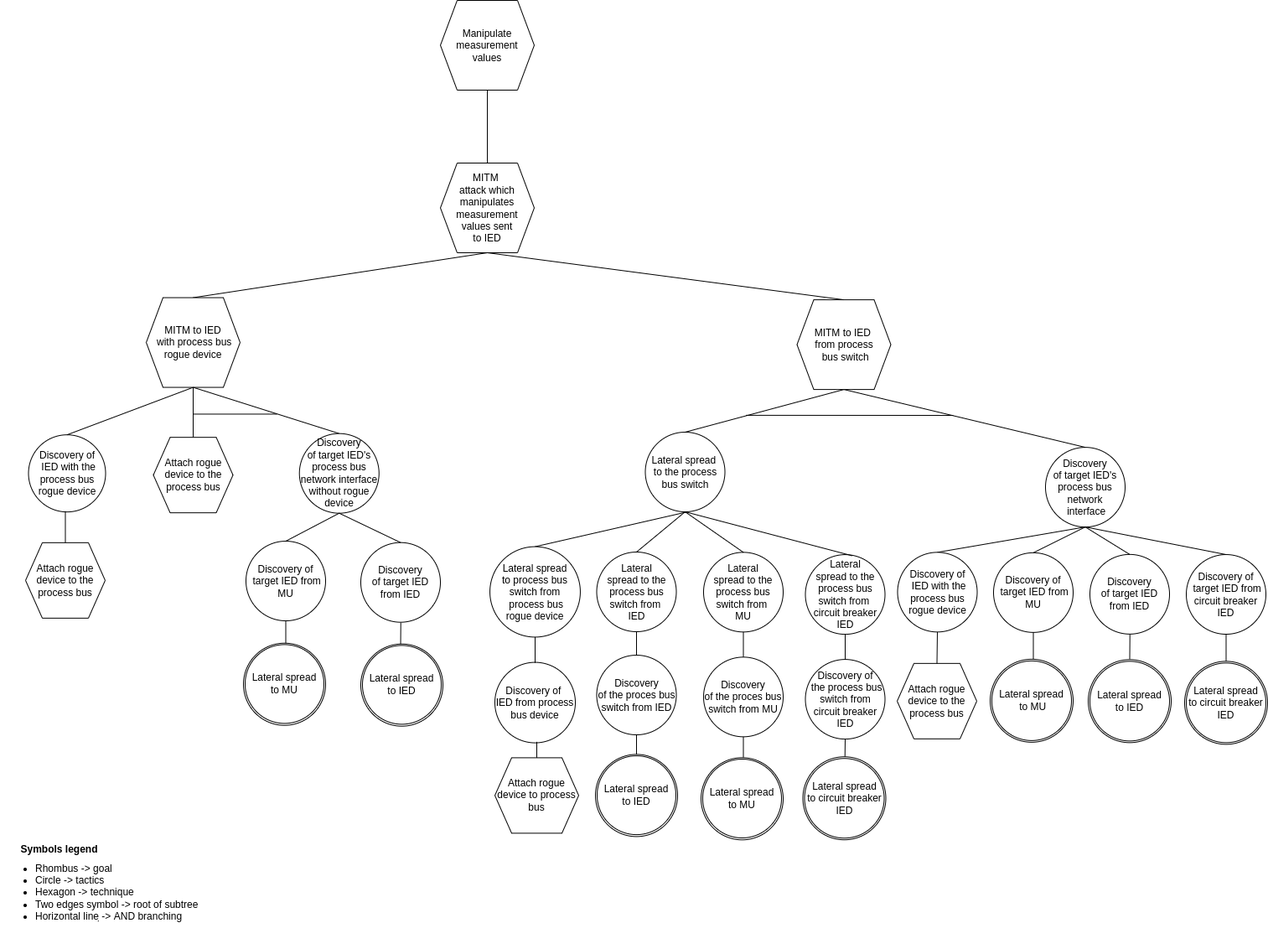
mihaelM/Attack_trees keeps this draw.io diagram as drawIO_trees/solution_3_3.drawio.png. Above is the earlier version. Source tidied: cells renumbered, new cells last; positions are measured from the earlier drawing's top-left corner, leaving out a move shared by most shapes.
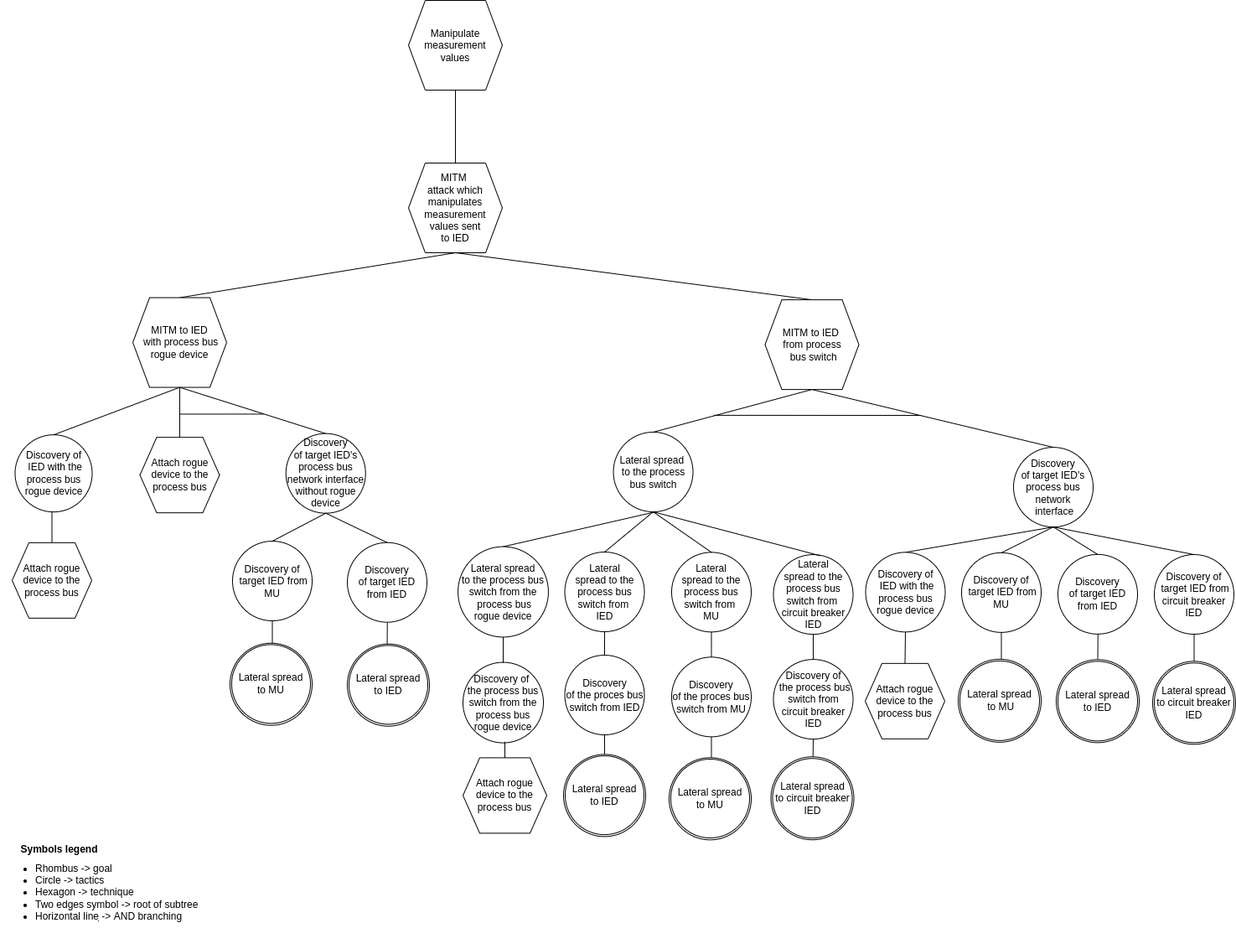
After the commit.

Change to the diagram source:
```diff
@@ -15,14 +15,14 @@
       <mxGeometry x="525" width="112" height="107" as="geometry" />
     </mxCell>
     <mxCell id="6" value="Attach rogue device to the process bus" style="shape=hexagon;perimeter=hexagonPerimeter2;whiteSpace=wrap;html=1;fixedSize=1;" parent="1" vertex="1">
-      <mxGeometry x="30" y="646.9" width="95" height="90" as="geometry" />
+      <mxGeometry x="52" y="646.9" width="95" height="90" as="geometry" />
     </mxCell>
     <mxCell id="7" value="Discovery of&lt;br&gt;&amp;nbsp;IED with the process bus rogue device" style="ellipse;whiteSpace=wrap;html=1;" parent="1" vertex="1">
-      <mxGeometry x="33.5" y="518.2" width="92" height="92" as="geometry" />
+      <mxGeometry x="55.5" y="518.2" width="92" height="92" as="geometry" />
     </mxCell>
     <mxCell id="8" style="endArrow=none;html=1;rounded=0;entryX=0.5;entryY=0;entryDx=0;entryDy=0;exitX=0.44;exitY=0.99;exitDx=0;exitDy=0;exitPerimeter=0;" parent="1" edge="1" target="6">
       <mxGeometry relative="1" as="geometry">
-        <mxPoint x="77.5" y="609.2" as="sourcePoint" />
+        <mxPoint x="99.5" y="609.2" as="sourcePoint" />
       </mxGeometry>
     </mxCell>
     <mxCell id="9" style="endArrow=none;html=1;rounded=0;exitX=0.5;exitY=1;exitDx=0;exitDy=0;" parent="1" edge="1" source="10">
@@ -119,7 +119,7 @@
       <mxGeometry relative="1" as="geometry" />
     </mxCell>
     <mxCell id="36" value="MITM to IED&lt;br&gt;&amp;nbsp;with process bus rogue device" style="shape=hexagon;perimeter=hexagonPerimeter2;whiteSpace=wrap;html=1;fixedSize=1;" parent="1" vertex="1">
-      <mxGeometry x="174" y="354.6" width="112" height="107" as="geometry" />
+      <mxGeometry x="196" y="354.6" width="112" height="107" as="geometry" />
     </mxCell>
     <mxCell id="37" value="MITM to IED &lt;br&gt;from process&lt;br&gt;&amp;nbsp;bus switch" style="shape=hexagon;perimeter=hexagonPerimeter2;whiteSpace=wrap;html=1;fixedSize=1;" parent="1" vertex="1">
       <mxGeometry x="950.5" y="357.1" width="112" height="107" as="geometry" />
@@ -132,34 +132,34 @@
     </mxCell>
     <mxCell id="40" style="endArrow=none;html=1;rounded=0;" parent="1" edge="1">
       <mxGeometry relative="1" as="geometry">
-        <mxPoint x="229.5" y="493.5" as="sourcePoint" />
-        <mxPoint x="330" y="493.5" as="targetPoint" />
+        <mxPoint x="251.5" y="493.5" as="sourcePoint" />
+        <mxPoint x="352" y="493.5" as="targetPoint" />
       </mxGeometry>
     </mxCell>
     <mxCell id="41" value="Attach rogue device to the process bus" style="shape=hexagon;perimeter=hexagonPerimeter2;whiteSpace=wrap;html=1;fixedSize=1;" parent="1" vertex="1">
-      <mxGeometry x="182.5" y="521.2" width="95" height="90" as="geometry" />
+      <mxGeometry x="204.5" y="521.2" width="95" height="90" as="geometry" />
     </mxCell>
     <mxCell id="42" style="endArrow=none;html=1;rounded=0;entryX=0.5;entryY=0;entryDx=0;entryDy=0;" parent="1" edge="1">
       <mxGeometry relative="1" as="geometry">
-        <mxPoint x="477.8" y="742.2" as="sourcePoint" />
-        <mxPoint x="477.5" y="772.7" as="targetPoint" />
+        <mxPoint x="499.8" y="742.2" as="sourcePoint" />
+        <mxPoint x="499.5" y="772.7" as="targetPoint" />
       </mxGeometry>
     </mxCell>
     <mxCell id="43" value="Discovery&lt;br&gt;of target IED's process bus network interface without rogue device" style="ellipse;whiteSpace=wrap;html=1;" parent="1" vertex="1">
-      <mxGeometry x="356.8" y="516.7" width="95" height="95" as="geometry" />
+      <mxGeometry x="378.8" y="516.7" width="95" height="95" as="geometry" />
     </mxCell>
     <mxCell id="44" value="Discovery&lt;br&gt;of target IED from IED" style="ellipse;whiteSpace=wrap;html=1;" parent="1" vertex="1">
-      <mxGeometry x="430" y="646.7" width="95" height="95" as="geometry" />
+      <mxGeometry x="452" y="646.7" width="95" height="95" as="geometry" />
     </mxCell>
     <mxCell id="45" style="endArrow=none;html=1;rounded=0;entryX=0.5;entryY=0;entryDx=0;entryDy=0;exitX=0.5;exitY=1;exitDx=0;exitDy=0;" parent="1" edge="1" source="43" target="44">
       <mxGeometry relative="1" as="geometry" />
     </mxCell>
     <mxCell id="46" value="Discovery of&lt;br&gt;&amp;nbsp;target IED from MU" style="ellipse;whiteSpace=wrap;html=1;" parent="1" vertex="1">
-      <mxGeometry x="293" y="645" width="95" height="95" as="geometry" />
+      <mxGeometry x="315" y="645" width="95" height="95" as="geometry" />
     </mxCell>
     <mxCell id="47" style="endArrow=none;html=1;rounded=0;entryX=0.5;entryY=1;entryDx=0;entryDy=0;" parent="1" edge="1" target="46">
       <mxGeometry relative="1" as="geometry">
-        <mxPoint x="340.5" y="772" as="sourcePoint" />
+        <mxPoint x="362.5" y="772" as="sourcePoint" />
       </mxGeometry>
     </mxCell>
     <mxCell id="48" style="endArrow=none;html=1;rounded=0;entryX=0.5;entryY=0;entryDx=0;entryDy=0;exitX=0.5;exitY=1;exitDx=0;exitDy=0;" parent="1" edge="1" source="43" target="46">
@@ -187,22 +187,22 @@
       <mxGeometry relative="1" as="geometry" />
     </mxCell>
     <mxCell id="56" value="&lt;font style=&quot;font-size: 12px&quot;&gt;Symbols legend&lt;/font&gt;" style="text;strokeColor=none;fillColor=none;html=1;fontSize=24;fontStyle=1;verticalAlign=middle;align=center;" parent="1" vertex="1">
-      <mxGeometry x="20" y="989.2" width="100" height="40" as="geometry" />
+      <mxGeometry x="58" y="989.2" width="100" height="40" as="geometry" />
     </mxCell>
     <mxCell id="57" value="&lt;ul&gt;&lt;li&gt;&lt;span&gt;Rhombus -&amp;gt; goal&lt;/span&gt;&lt;/li&gt;&lt;li&gt;&lt;span&gt;Circle -&amp;gt; tactics&lt;/span&gt;&lt;br&gt;&lt;/li&gt;&lt;li&gt;Hexagon -&amp;gt; technique&lt;/li&gt;&lt;li&gt;Two edges symbol -&amp;gt; root of subtree&lt;/li&gt;&lt;li&gt;Horizontal line&amp;nbsp;̣-&amp;gt; AND branching&lt;/li&gt;&lt;/ul&gt;" style="text;strokeColor=none;fillColor=none;html=1;whiteSpace=wrap;verticalAlign=middle;overflow=hidden;fontSize=12;" parent="1" vertex="1">
-      <mxGeometry y="998.2" width="256" height="132" as="geometry" />
+      <mxGeometry x="38" y="998.2" width="256" height="132" as="geometry" />
     </mxCell>
     <mxCell id="58" style="ellipse;whiteSpace=wrap;html=1;" parent="1" vertex="1">
-      <mxGeometry x="290" y="766.7" width="98" height="98" as="geometry" />
+      <mxGeometry x="312" y="766.7" width="98" height="98" as="geometry" />
     </mxCell>
     <mxCell id="59" value="&lt;span&gt;Lateral spread&lt;/span&gt;&lt;br&gt;&lt;span&gt;to MU&lt;/span&gt;" style="ellipse;whiteSpace=wrap;html=1;" parent="1" vertex="1">
-      <mxGeometry x="292" y="768.4" width="94" height="94" as="geometry" />
+      <mxGeometry x="314" y="768.4" width="94" height="94" as="geometry" />
     </mxCell>
     <mxCell id="60" style="ellipse;whiteSpace=wrap;html=1;" parent="1" vertex="1">
-      <mxGeometry x="430" y="767.7" width="98" height="98" as="geometry" />
+      <mxGeometry x="452" y="767.7" width="98" height="98" as="geometry" />
     </mxCell>
     <mxCell id="61" value="&lt;span&gt;Lateral spread&lt;/span&gt;&lt;br&gt;&lt;span&gt;to IED&lt;/span&gt;" style="ellipse;whiteSpace=wrap;html=1;" parent="1" vertex="1">
-      <mxGeometry x="432" y="769.4" width="94" height="94" as="geometry" />
+      <mxGeometry x="454" y="769.4" width="94" height="94" as="geometry" />
     </mxCell>
     <mxCell id="62" style="ellipse;whiteSpace=wrap;html=1;" parent="1" vertex="1">
       <mxGeometry x="710" y="899.4" width="98" height="98" as="geometry" />
@@ -248,13 +248,13 @@
         <mxPoint x="820" y="610" as="sourcePoint" />
       </mxGeometry>
     </mxCell>
-    <mxCell id="76" value="Lateral spread&lt;br&gt;to process bus switch from&lt;br&gt;&amp;nbsp;process bus&lt;br&gt;rogue device" style="ellipse;whiteSpace=wrap;html=1;" parent="1" vertex="1">
+    <mxCell id="76" value="Lateral spread&lt;br&gt;to the process bus switch from the&lt;br&gt;&amp;nbsp;process bus&lt;br&gt;rogue device" style="ellipse;whiteSpace=wrap;html=1;" parent="1" vertex="1">
       <mxGeometry x="584.1" y="651.6" width="107.8" height="107.8" as="geometry" />
     </mxCell>
-    <mxCell id="77" value="Discovery of &lt;br&gt;IED from process bus device" style="ellipse;whiteSpace=wrap;html=1;" parent="1" vertex="1">
+    <mxCell id="77" value="Discovery of &lt;br&gt;the process bus switch from the process bus rogue device" style="ellipse;whiteSpace=wrap;html=1;" parent="1" vertex="1">
       <mxGeometry x="590" y="789.6" width="96" height="96" as="geometry" />
     </mxCell>
-    <mxCell id="78" value="Attach rogue device to process bus" style="shape=hexagon;perimeter=hexagonPerimeter2;whiteSpace=wrap;html=1;fixedSize=1;" parent="1" vertex="1">
+    <mxCell id="78" value="Attach rogue device to the process bus" style="shape=hexagon;perimeter=hexagonPerimeter2;whiteSpace=wrap;html=1;fixedSize=1;" parent="1" vertex="1">
       <mxGeometry x="590" y="903.4" width="100" height="90" as="geometry" />
     </mxCell>
     <mxCell id="79" style="endArrow=none;html=1;rounded=0;" parent="1" edge="1" source="78">
```
